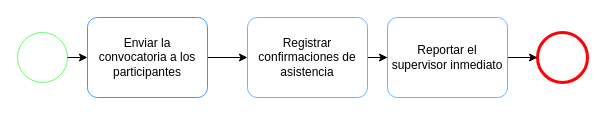
The draw.io diagram BPMN/Eventos/InicioMensaje.drawio in dugasalg/IG2, before the edit. Source tidied: cells renumbered, new cells numbered last; positions are measured from the earlier drawing's top-left corner, leaving out a move shared by most shapes. Both pictures are drawn from the tidied source at 100%, with x=0, y=0 at pixel (17, 17).
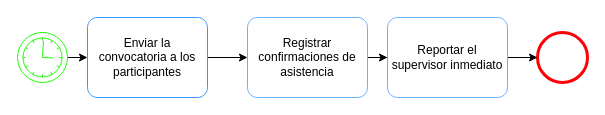
After the change.

Diff of the diagram source:
```diff
@@
 <mxGraphModel>
   <root>
     <mxCell id="0" />
     <mxCell id="1" parent="0" />
-    <mxCell id="2" style="points=[[0.145,0.145,0],[0.5,0,0],[0.855,0.145,0],[1,0.5,0],[0.855,0.855,0],[0.5,1,0],[0.145,0.855,0],[0,0.5,0]];shape=mxgraph.bpmn.event;html=1;verticalLabelPosition=bottom;labelBackgroundColor=#ffffff;verticalAlign=top;align=center;perimeter=ellipsePerimeter;outlineConnect=0;outline=standard;symbol=general;strokeColor=#66FF66;" parent="1" vertex="1">
-      <mxGeometry y="15" width="50" height="50" as="geometry" />
-    </mxCell>
     <mxCell id="3" style="points=[[0.145,0.145,0],[0.5,0,0],[0.855,0.145,0],[1,0.5,0],[0.855,0.855,0],[0.5,1,0],[0.145,0.855,0],[0,0.5,0]];shape=mxgraph.bpmn.event;html=1;verticalLabelPosition=bottom;labelBackgroundColor=#ffffff;verticalAlign=top;align=center;perimeter=ellipsePerimeter;outlineConnect=0;outline=end;symbol=terminate2;strokeColor=#FF0008;" parent="1" vertex="1">
       <mxGeometry x="520" y="15" width="50" height="50" as="geometry" />
     </mxCell>
     <mxCell id="4" style="edgeStyle=orthogonalEdgeStyle;rounded=0;jettySize=auto;html=1;entryX=0;entryY=0.5;entryDx=0;entryDy=0;entryPerimeter=0;" parent="1" edge="1" source="5" target="7">
       <mxGeometry relative="1" as="geometry" />
     </mxCell>
     <mxCell id="5" value="Enviar la convocatoria a los participantes" style="points=[[0.25,0,0],[0.5,0,0],[0.75,0,0],[1,0.25,0],[1,0.5,0],[1,0.75,0],[0.75,1,0],[0.5,1,0],[0.25,1,0],[0,0.75,0],[0,0.5,0],[0,0.25,0]];shape=mxgraph.bpmn.task;whiteSpace=wrap;rectStyle=rounded;size=10;html=1;taskMarker=abstract;strokeColor=#3399FF;" parent="1" vertex="1">
       <mxGeometry x="70" width="120" height="80" as="geometry" />
     </mxCell>
     <mxCell id="6" style="edgeStyle=orthogonalEdgeStyle;rounded=0;jettySize=auto;html=1;entryX=0;entryY=0.5;entryDx=0;entryDy=0;entryPerimeter=0;" parent="1" edge="1" source="7" target="9">
       <mxGeometry relative="1" as="geometry" />
     </mxCell>
     <mxCell id="7" value="Registrar confirmaciones de asistencia" style="points=[[0.25,0,0],[0.5,0,0],[0.75,0,0],[1,0.25,0],[1,0.5,0],[1,0.75,0],[0.75,1,0],[0.5,1,0],[0.25,1,0],[0,0.75,0],[0,0.5,0],[0,0.25,0]];shape=mxgraph.bpmn.task;whiteSpace=wrap;rectStyle=rounded;size=10;html=1;taskMarker=abstract;strokeColor=#66B2FF;" parent="1" vertex="1">
       <mxGeometry x="230" width="120" height="80" as="geometry" />
     </mxCell>
     <mxCell id="8" style="edgeStyle=orthogonalEdgeStyle;rounded=0;jettySize=auto;html=1;entryX=0;entryY=0.5;entryDx=0;entryDy=0;entryPerimeter=0;" parent="1" edge="1" source="9" target="3">
       <mxGeometry relative="1" as="geometry" />
     </mxCell>
     <mxCell id="9" value="Reportar el supervisor inmediato" style="points=[[0.25,0,0],[0.5,0,0],[0.75,0,0],[1,0.25,0],[1,0.5,0],[1,0.75,0],[0.75,1,0],[0.5,1,0],[0.25,1,0],[0,0.75,0],[0,0.5,0],[0,0.25,0]];shape=mxgraph.bpmn.task;whiteSpace=wrap;rectStyle=rounded;size=10;html=1;taskMarker=abstract;strokeColor=#66B2FF;" parent="1" vertex="1">
       <mxGeometry x="370" width="120" height="80" as="geometry" />
     </mxCell>
-    <mxCell id="10" style="endArrow=classic;html=1;rounded=0;exitX=1;exitY=0.5;exitDx=0;exitDy=0;exitPerimeter=0;entryX=0;entryY=0.5;entryDx=0;entryDy=0;entryPerimeter=0;" parent="1" edge="1" source="2" target="5">
-      <mxGeometry relative="1" as="geometry" />
+    <mxCell id="10" style="endArrow=classic;html=1;rounded=0;exitX=1;exitY=0.5;exitDx=0;exitDy=0;exitPerimeter=0;entryX=0;entryY=0.5;entryDx=0;entryDy=0;entryPerimeter=0;" parent="1" edge="1" target="5">
+      <mxGeometry relative="1" as="geometry">
+        <mxPoint x="50" y="40" as="sourcePoint" />
+      </mxGeometry>
     </mxCell>
+    <mxCell id="11" style="shape=mxgraph.bpmn.event;html=1;verticalLabelPosition=bottom;labelBackgroundColor=#ffffff;verticalAlign=top;align=center;perimeter=ellipsePerimeter;outline=standard;symbol=timer;strokeColor=#1AFF00;" parent="1" vertex="1">
+      <mxGeometry y="15" width="50" height="50" as="geometry" />
+    </mxCell>
   </root>
 </mxGraphModel>
```
